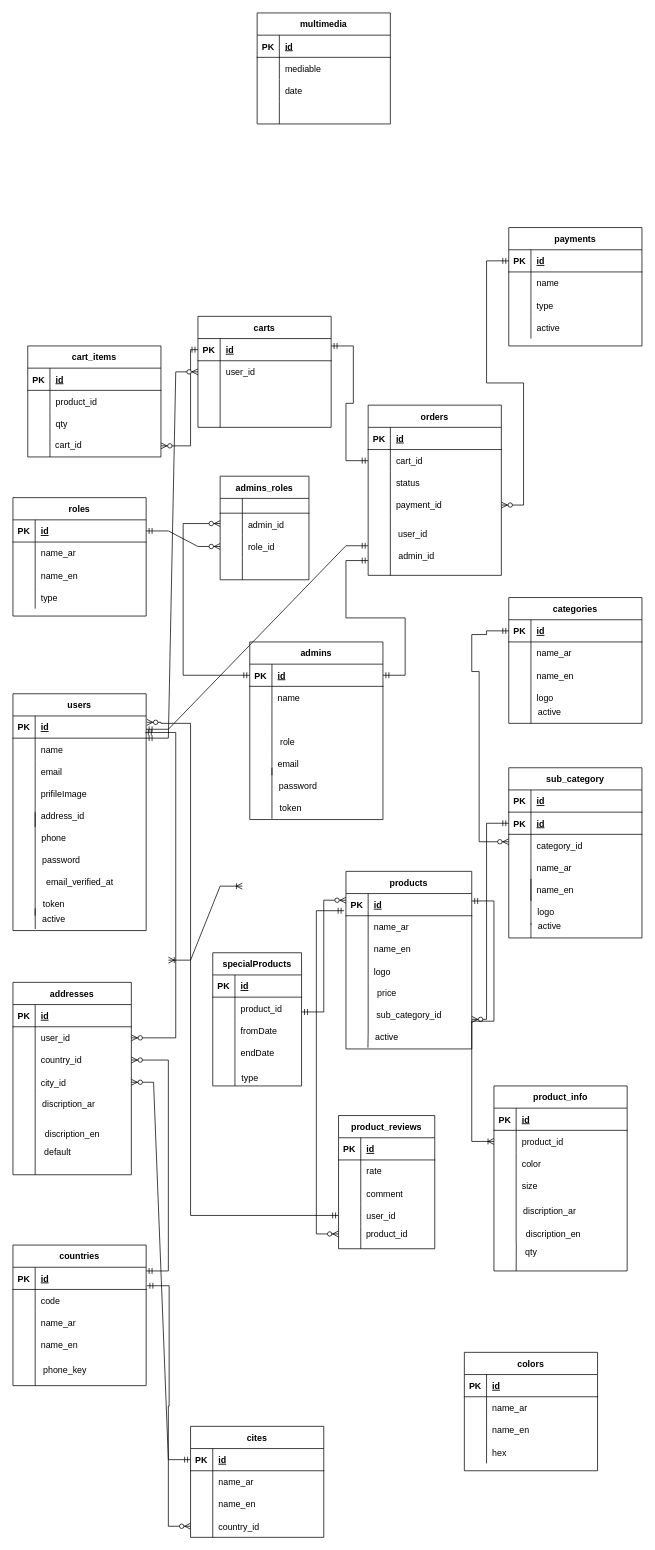
Before: blackpearl.drawio in MohammedRasol/blackPearl, a draw.io diagram. Source tidied: cells renumbered, new cells numbered last; positions are measured from the earlier drawing's top-left corner, leaving out a move shared by most shapes. Both pictures are drawn from the tidied source at 74%, with x=0, y=0 at pixel (13, 13).
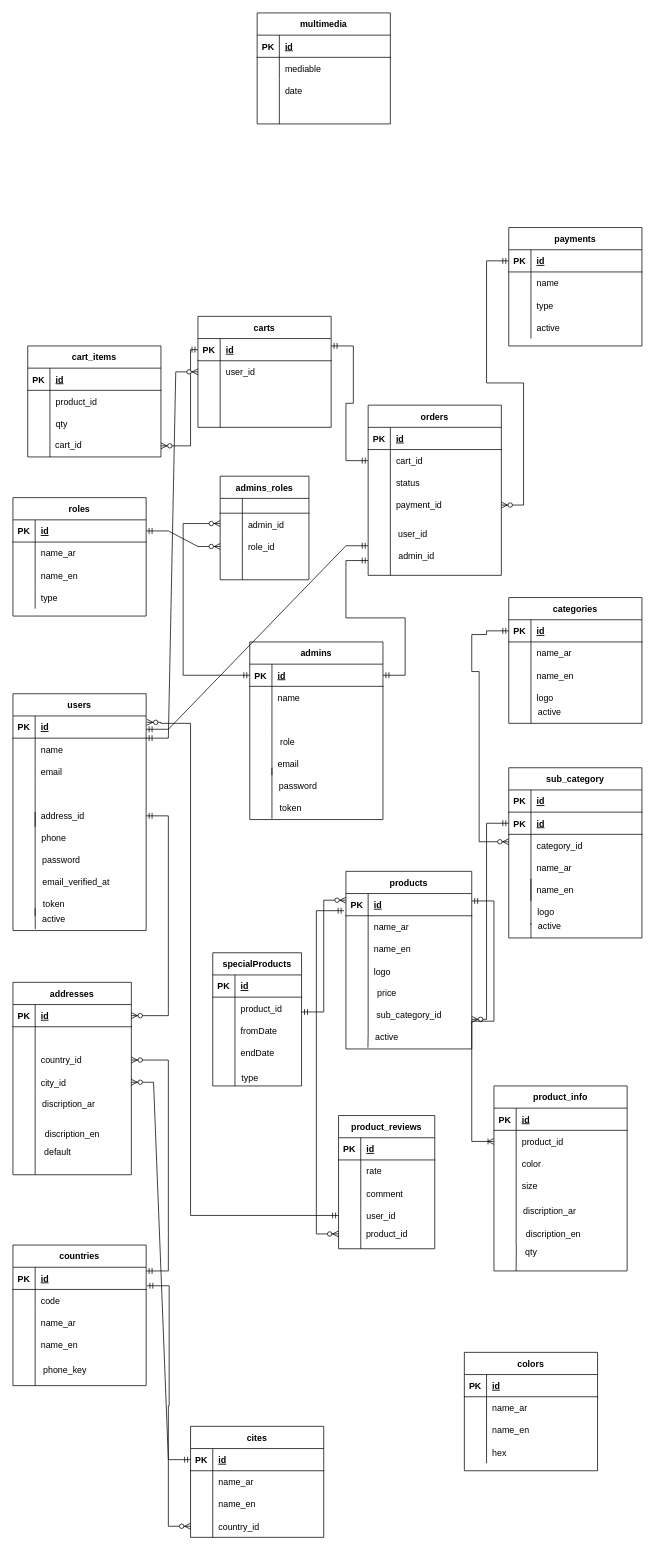
The same diagram, later.

The change refers to these unchanged cells:
```xml
<mxCell id="3" style="shape=tableRow;horizontal=0;startSize=0;swimlaneHead=0;swimlaneBody=0;fillColor=none;points=[[0,0.5],[1,0.5]];portConstraint=eastwest;top=0;left=0;right=0;bottom=1;" parent="2" vertex="1">
  <mxGeometry y="30" width="180" height="30" as="geometry" />
</mxCell>
<mxCell id="12" style="shape=tableRow;horizontal=0;startSize=0;swimlaneHead=0;swimlaneBody=0;fillColor=none;top=0;left=0;right=0;bottom=0;" parent="2" vertex="1">
  <mxGeometry y="120" width="180" height="30" as="geometry" />
</mxCell>
<mxCell id="15" style="shape=tableRow;horizontal=0;startSize=0;swimlaneHead=0;swimlaneBody=0;fillColor=none;points=[[0,0.5],[1,0.5]];portConstraint=eastwest;top=0;left=0;right=0;bottom=0;" parent="2" vertex="1">
  <mxGeometry y="150" width="180" height="30" as="geometry" />
</mxCell>
<mxCell id="119" style="shape=tableRow;horizontal=0;startSize=0;swimlaneHead=0;swimlaneBody=0;fillColor=none;points=[[0,0.5],[1,0.5]];portConstraint=eastwest;top=0;left=0;right=0;bottom=1;" parent="118" vertex="1">
  <mxGeometry y="30" width="160" height="30" as="geometry" />
</mxCell>
<mxCell id="122" style="shape=tableRow;horizontal=0;startSize=0;swimlaneHead=0;swimlaneBody=0;fillColor=none;points=[[0,0.5],[1,0.5]];portConstraint=eastwest;top=0;left=0;right=0;bottom=0;" parent="118" vertex="1">
  <mxGeometry y="60" width="160" height="30" as="geometry" />
</mxCell>
```

The edit, as a diff of the source:
```diff
@@
-    <mxCell id="14" value="prifileImage" style="shape=partialRectangle;fillColor=none;top=0;left=0;bottom=0;right=0;align=left;spacingLeft=6;overflow=hidden;" parent="12" vertex="1">
+    <mxCell id="14" style="shape=partialRectangle;fillColor=none;top=0;left=0;bottom=0;right=0;align=left;spacingLeft=6;overflow=hidden;" parent="12" vertex="1">
       <mxGeometry x="30" width="150" height="30" as="geometry" />
     </mxCell>
@@
-    <mxCell id="124" value="user_id" style="shape=partialRectangle;fillColor=none;top=0;left=0;bottom=0;right=0;align=left;spacingLeft=6;overflow=hidden;" parent="122" vertex="1">
+    <mxCell id="124" style="shape=partialRectangle;fillColor=none;top=0;left=0;bottom=0;right=0;align=left;spacingLeft=6;overflow=hidden;" parent="122" vertex="1">
       <mxGeometry x="30" width="130" height="30" as="geometry" />
     </mxCell>
@@
-    <mxCell id="135" style="edgeStyle=elbowEdgeStyle;fontSize=12;html=1;endArrow=ERzeroToMany;startArrow=ERmandOne;rounded=0;exitX=0.994;exitY=0.744;exitDx=0;exitDy=0;entryX=1;entryY=0.5;entryDx=0;entryDy=0;exitPerimeter=0;" parent="1" edge="1" source="3" target="122">
+    <mxCell id="135" style="edgeStyle=elbowEdgeStyle;fontSize=12;html=1;endArrow=ERzeroToMany;startArrow=ERmandOne;rounded=0;entryX=1;entryY=0.5;entryDx=0;entryDy=0;exitX=1;exitY=0.5;exitDx=0;exitDy=0;" parent="1" edge="1" source="15" target="119">
       <mxGeometry relative="1" as="geometry">
         <Array as="points">
-          <mxPoint x="220" y="1180" />
+          <mxPoint x="210" y="1220" />
         </Array>
       </mxGeometry>
     </mxCell>
@@
     <mxCell id="287" value="email_verified_at" style="text;html=1;align=center;verticalAlign=middle;strokeColor=none;fillColor=none;" parent="1" vertex="1">
-      <mxGeometry x="35" y="1160" width="110" height="30" as="geometry" />
+      <mxGeometry x="30" y="1160" width="110" height="30" as="geometry" />
     </mxCell>
@@
-    <mxCell id="289" style="edgeStyle=entityRelationEdgeStyle;fontSize=12;html=1;endArrow=ERoneToMany;startArrow=ERoneToMany;rounded=0;" parent="1" edge="1">
-      <mxGeometry relative="1" as="geometry">
-        <mxPoint x="210" y="1280" as="sourcePoint" />
-        <mxPoint x="310" y="1180" as="targetPoint" />
-      </mxGeometry>
-    </mxCell>
```
